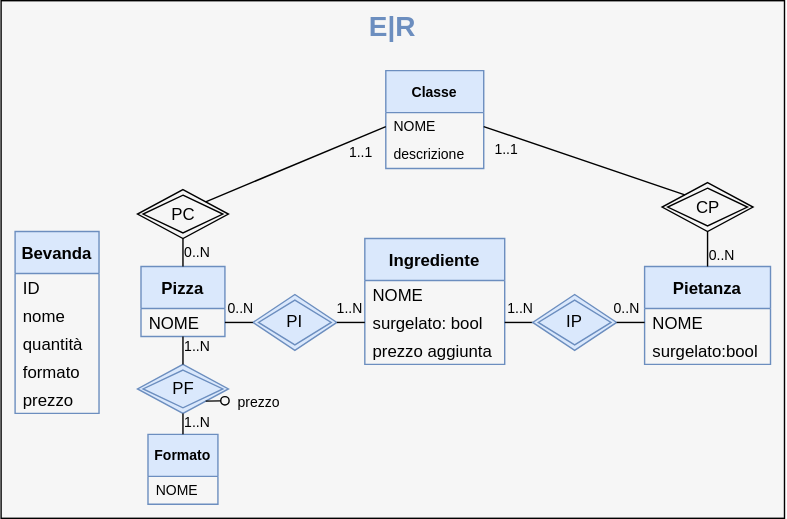
omismone/strapizzami keeps this draw.io diagram as doc/assets/erCiclo1.svg. Above is the earlier version. Source tidied: cells renumbered, new cells last; positions are measured from the earlier drawing's top-left corner, leaving out a move shared by most shapes.
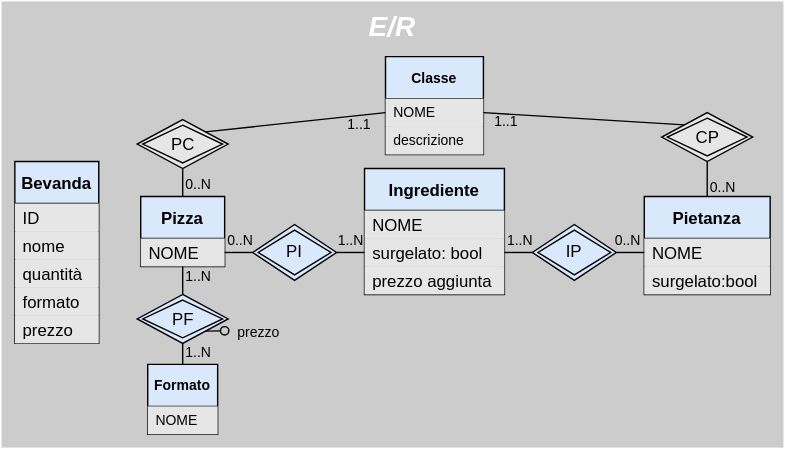
After the commit.

Diff of the diagram source:
```diff
@@ -2,55 +2,55 @@
   <root>
     <mxCell id="0" />
     <mxCell id="1" parent="0" />
-    <mxCell id="2" value="E|R" style="rounded=0;labelBackgroundColor=none;fontSize=20;verticalAlign=top;fontStyle=1;strokeWidth=1;fillColor=#F6F6F6;labelBorderColor=none;html=1;whiteSpace=wrap;fontColor=#6C8EBF;" parent="1" vertex="1">
-      <mxGeometry width="560" height="370" as="geometry" />
+    <mxCell id="2" value="E/R" style="rounded=0;labelBackgroundColor=none;fontSize=20;verticalAlign=top;fontStyle=3;strokeWidth=1;fillColor=#CCCCCC;labelBorderColor=none;html=1;whiteSpace=wrap;fontColor=#FFFFFF;strokeColor=#FFFFFF;" parent="1" vertex="1">
+      <mxGeometry y="50" width="560" height="320" as="geometry" />
     </mxCell>
-    <mxCell id="3" value="Bevanda" style="swimlane;fontStyle=1;horizontal=1;startSize=30;fillColor=#dae8fc;strokeColor=#6c8ebf;" parent="1" vertex="1">
+    <mxCell id="3" value="Bevanda" style="swimlane;fontStyle=1;horizontal=1;startSize=30;fillColor=#dae8fc;strokeColor=#000000;" parent="1" vertex="1">
       <mxGeometry x="10" y="165" width="60" height="130" as="geometry" />
     </mxCell>
-    <mxCell id="4" value="ID" style="text;strokeColor=none;fillColor=none;align=left;verticalAlign=middle;spacingLeft=4;spacingRight=4;overflow=hidden;" parent="3" vertex="1">
+    <mxCell id="4" value="ID" style="text;strokeColor=none;fillColor=#E6E6E6;align=left;verticalAlign=middle;spacingLeft=4;spacingRight=4;overflow=hidden;" parent="3" vertex="1">
       <mxGeometry y="30" width="60" height="20" as="geometry" />
     </mxCell>
-    <mxCell id="5" value="nome" style="text;strokeColor=none;fillColor=none;align=left;verticalAlign=middle;spacingLeft=4;spacingRight=4;overflow=hidden;" parent="3" vertex="1">
+    <mxCell id="5" value="nome" style="text;strokeColor=none;fillColor=#E6E6E6;align=left;verticalAlign=middle;spacingLeft=4;spacingRight=4;overflow=hidden;" parent="3" vertex="1">
       <mxGeometry y="50" width="60" height="20" as="geometry" />
     </mxCell>
-    <mxCell id="6" value="quantità" style="text;strokeColor=none;fillColor=none;align=left;verticalAlign=middle;spacingLeft=4;spacingRight=4;overflow=hidden;" parent="3" vertex="1">
+    <mxCell id="6" value="quantità" style="text;strokeColor=none;fillColor=#E6E6E6;align=left;verticalAlign=middle;spacingLeft=4;spacingRight=4;overflow=hidden;" parent="3" vertex="1">
       <mxGeometry y="70" width="60" height="20" as="geometry" />
     </mxCell>
-    <mxCell id="7" value="formato" style="text;strokeColor=none;fillColor=none;align=left;verticalAlign=middle;spacingLeft=4;spacingRight=4;overflow=hidden;" parent="3" vertex="1">
+    <mxCell id="7" value="formato" style="text;strokeColor=none;fillColor=#E6E6E6;align=left;verticalAlign=middle;spacingLeft=4;spacingRight=4;overflow=hidden;" parent="3" vertex="1">
       <mxGeometry y="90" width="60" height="20" as="geometry" />
     </mxCell>
-    <mxCell id="8" value="prezzo" style="text;strokeColor=none;fillColor=none;align=left;verticalAlign=middle;spacingLeft=4;spacingRight=4;overflow=hidden;" parent="3" vertex="1">
+    <mxCell id="8" value="prezzo" style="text;strokeColor=none;fillColor=#E6E6E6;align=left;verticalAlign=middle;spacingLeft=4;spacingRight=4;overflow=hidden;" parent="3" vertex="1">
       <mxGeometry y="110" width="60" height="20" as="geometry" />
     </mxCell>
-    <mxCell id="9" value="Pizza" style="swimlane;fontStyle=1;horizontal=1;startSize=30;fillColor=#dae8fc;strokeColor=#6c8ebf;" parent="1" vertex="1">
+    <mxCell id="9" value="Pizza" style="swimlane;fontStyle=1;horizontal=1;startSize=30;fillColor=#dae8fc;strokeColor=#000000;" parent="1" vertex="1">
       <mxGeometry x="100" y="190" width="60" height="50" as="geometry" />
     </mxCell>
-    <mxCell id="10" value="NOME" style="text;strokeColor=none;fillColor=none;align=left;verticalAlign=middle;spacingLeft=4;spacingRight=4;overflow=hidden;points=[[0,0.5],[1,0.5]];portConstraint=eastwest;" parent="9" vertex="1">
+    <mxCell id="10" value="NOME" style="text;strokeColor=none;fillColor=#E6E6E6;align=left;verticalAlign=middle;spacingLeft=4;spacingRight=4;overflow=hidden;points=[[0,0.5],[1,0.5]];portConstraint=eastwest;" parent="9" vertex="1">
       <mxGeometry y="30" width="60" height="20" as="geometry" />
     </mxCell>
-    <mxCell id="11" value="Pietanza" style="swimlane;fontStyle=1;horizontal=1;startSize=30;fillColor=#dae8fc;strokeColor=#6c8ebf;" parent="1" vertex="1">
+    <mxCell id="11" value="Pietanza" style="swimlane;fontStyle=1;horizontal=1;startSize=30;fillColor=#dae8fc;strokeColor=#000000;" parent="1" vertex="1">
       <mxGeometry x="460" y="190" width="90" height="70" as="geometry" />
     </mxCell>
-    <mxCell id="12" value="NOME" style="text;strokeColor=none;fillColor=none;align=left;verticalAlign=middle;spacingLeft=4;spacingRight=4;overflow=hidden;points=[[0,0.5],[1,0.5]];portConstraint=eastwest;" parent="11" vertex="1">
+    <mxCell id="12" value="NOME" style="text;strokeColor=none;fillColor=#E6E6E6;align=left;verticalAlign=middle;spacingLeft=4;spacingRight=4;overflow=hidden;points=[[0,0.5],[1,0.5]];portConstraint=eastwest;" parent="11" vertex="1">
       <mxGeometry y="30" width="90" height="20" as="geometry" />
     </mxCell>
-    <mxCell id="13" value="surgelato:bool" style="text;strokeColor=none;fillColor=none;align=left;verticalAlign=middle;spacingLeft=4;spacingRight=4;overflow=hidden;" parent="11" vertex="1">
+    <mxCell id="13" value="surgelato:bool" style="text;strokeColor=none;fillColor=#E6E6E6;align=left;verticalAlign=middle;spacingLeft=4;spacingRight=4;overflow=hidden;" parent="11" vertex="1">
       <mxGeometry y="50" width="90" height="20" as="geometry" />
     </mxCell>
-    <mxCell id="14" value="Ingrediente" style="swimlane;fontStyle=1;horizontal=1;startSize=30;fillColor=#dae8fc;strokeColor=#6c8ebf;" parent="1" vertex="1">
+    <mxCell id="14" value="Ingrediente" style="swimlane;fontStyle=1;horizontal=1;startSize=30;fillColor=#dae8fc;strokeColor=#000000;" parent="1" vertex="1">
       <mxGeometry x="260" y="170" width="100" height="90" as="geometry" />
     </mxCell>
-    <mxCell id="15" value="NOME" style="text;strokeColor=none;fillColor=none;align=left;verticalAlign=middle;spacingLeft=4;spacingRight=4;overflow=hidden;" parent="14" vertex="1">
+    <mxCell id="15" value="NOME" style="text;strokeColor=none;fillColor=#E6E6E6;align=left;verticalAlign=middle;spacingLeft=4;spacingRight=4;overflow=hidden;" parent="14" vertex="1">
       <mxGeometry y="30" width="100" height="20" as="geometry" />
     </mxCell>
-    <mxCell id="16" value="surgelato: bool" style="text;strokeColor=none;fillColor=none;align=left;verticalAlign=middle;spacingLeft=4;spacingRight=4;overflow=hidden;points=[[0,0.5],[1,0.5]];portConstraint=eastwest;" parent="14" vertex="1">
+    <mxCell id="16" value="surgelato: bool" style="text;strokeColor=none;fillColor=#E6E6E6;align=left;verticalAlign=middle;spacingLeft=4;spacingRight=4;overflow=hidden;points=[[0,0.5],[1,0.5]];portConstraint=eastwest;" parent="14" vertex="1">
       <mxGeometry y="50" width="100" height="20" as="geometry" />
     </mxCell>
-    <mxCell id="17" value="prezzo aggiunta" style="text;strokeColor=none;fillColor=none;align=left;verticalAlign=middle;spacingLeft=4;spacingRight=4;overflow=hidden;" parent="14" vertex="1">
+    <mxCell id="17" value="prezzo aggiunta" style="text;strokeColor=none;fillColor=#E6E6E6;align=left;verticalAlign=middle;spacingLeft=4;spacingRight=4;overflow=hidden;" parent="14" vertex="1">
       <mxGeometry y="70" width="100" height="20" as="geometry" />
     </mxCell>
-    <mxCell id="18" value="PI" style="shape=rhombus;double=1;perimeter=rhombusPerimeter;whiteSpace=wrap;html=1;align=center;fillColor=#dae8fc;strokeColor=#6c8ebf;" parent="1" vertex="1">
+    <mxCell id="18" value="PI" style="shape=rhombus;double=1;perimeter=rhombusPerimeter;whiteSpace=wrap;html=1;align=center;fillColor=#dae8fc;strokeColor=#000000;" parent="1" vertex="1">
       <mxGeometry x="180" y="210" width="60" height="40" as="geometry" />
     </mxCell>
     <mxCell id="19" style="endArrow=none;html=1;rounded=0;fontSize=10;exitX=1;exitY=0.5;exitDx=0;exitDy=0;entryX=0;entryY=0.5;entryDx=0;entryDy=0;" parent="1" edge="1" source="10" target="18">
@@ -77,13 +77,13 @@
         <mxPoint x="2" y="-10" as="offset" />
       </mxGeometry>
     </mxCell>
-    <mxCell id="25" value="Formato" style="swimlane;fontStyle=1;horizontal=1;startSize=30;labelBackgroundColor=none;fontSize=10;fillColor=#dae8fc;strokeColor=#6c8ebf;" parent="1" vertex="1">
+    <mxCell id="25" value="Formato" style="swimlane;fontStyle=1;horizontal=1;startSize=30;labelBackgroundColor=none;fontSize=10;fillColor=#dae8fc;strokeColor=#000000;" parent="1" vertex="1">
       <mxGeometry x="105" y="310" width="50" height="50" as="geometry" />
     </mxCell>
-    <mxCell id="26" value="NOME" style="text;strokeColor=none;fillColor=none;align=left;verticalAlign=middle;spacingLeft=4;spacingRight=4;overflow=hidden;labelBackgroundColor=none;fontSize=10;" parent="25" vertex="1">
+    <mxCell id="26" value="NOME" style="text;strokeColor=none;fillColor=#E6E6E6;align=left;verticalAlign=middle;spacingLeft=4;spacingRight=4;overflow=hidden;labelBackgroundColor=none;fontSize=10;" parent="25" vertex="1">
       <mxGeometry y="30" width="50" height="20" as="geometry" />
     </mxCell>
-    <mxCell id="27" value="PF" style="shape=rhombus;double=1;perimeter=rhombusPerimeter;whiteSpace=wrap;html=1;align=center;fillColor=#dae8fc;strokeColor=#6c8ebf;" parent="1" vertex="1">
+    <mxCell id="27" value="PF" style="shape=rhombus;double=1;perimeter=rhombusPerimeter;whiteSpace=wrap;html=1;align=center;fillColor=#dae8fc;strokeColor=#000000;" parent="1" vertex="1">
       <mxGeometry x="97.5" y="260" width="65" height="35" as="geometry" />
     </mxCell>
     <mxCell id="28" style="endArrow=oval;html=1;rounded=0;fontSize=10;exitX=1;exitY=1;exitDx=0;exitDy=0;endFill=0;" parent="1" edge="1" source="27">
@@ -112,7 +112,7 @@
         <mxPoint x="10" y="-5" as="offset" />
       </mxGeometry>
     </mxCell>
-    <mxCell id="34" value="IP" style="shape=rhombus;double=1;perimeter=rhombusPerimeter;whiteSpace=wrap;html=1;align=center;fillColor=#dae8fc;strokeColor=#6c8ebf;" parent="1" vertex="1">
+    <mxCell id="34" value="IP" style="shape=rhombus;double=1;perimeter=rhombusPerimeter;whiteSpace=wrap;html=1;align=center;fillColor=#dae8fc;strokeColor=#000000;" parent="1" vertex="1">
       <mxGeometry x="380" y="210" width="60" height="40" as="geometry" />
     </mxCell>
     <mxCell id="35" style="endArrow=none;html=1;rounded=0;fontSize=10;exitX=1;exitY=0.5;exitDx=0;exitDy=0;entryX=0;entryY=0.5;entryDx=0;entryDy=0;" parent="1" edge="1" source="34" target="12">
@@ -123,16 +123,16 @@
         <mxPoint x="2" y="-10" as="offset" />
       </mxGeometry>
     </mxCell>
-    <mxCell id="37" value="Classe" style="swimlane;fontStyle=1;horizontal=1;startSize=30;labelBackgroundColor=none;fontSize=10;fillColor=#dae8fc;strokeColor=#6c8ebf;" parent="1" vertex="1">
-      <mxGeometry x="275" y="50" width="70" height="70" as="geometry" />
+    <mxCell id="37" value="Classe" style="swimlane;fontStyle=1;horizontal=1;startSize=30;labelBackgroundColor=none;fontSize=10;fillColor=#dae8fc;strokeColor=#000000;" parent="1" vertex="1">
+      <mxGeometry x="275" y="90" width="70" height="70" as="geometry" />
     </mxCell>
-    <mxCell id="38" value="NOME" style="text;strokeColor=none;fillColor=none;align=left;verticalAlign=middle;spacingLeft=4;spacingRight=4;overflow=hidden;points=[[0,0.5],[1,0.5]];portConstraint=eastwest;labelBackgroundColor=none;fontSize=10;" parent="37" vertex="1">
+    <mxCell id="38" value="NOME" style="text;strokeColor=none;fillColor=#E6E6E6;align=left;verticalAlign=middle;spacingLeft=4;spacingRight=4;overflow=hidden;points=[[0,0.5],[1,0.5]];portConstraint=eastwest;labelBackgroundColor=none;fontSize=10;" parent="37" vertex="1">
       <mxGeometry y="30" width="70" height="20" as="geometry" />
     </mxCell>
-    <mxCell id="39" value="descrizione" style="text;strokeColor=none;fillColor=none;align=left;verticalAlign=middle;spacingLeft=4;spacingRight=4;overflow=hidden;labelBackgroundColor=none;fontSize=10;" parent="37" vertex="1">
+    <mxCell id="39" value="descrizione" style="text;strokeColor=none;fillColor=#E6E6E6;align=left;verticalAlign=middle;spacingLeft=4;spacingRight=4;overflow=hidden;labelBackgroundColor=none;fontSize=10;" parent="37" vertex="1">
       <mxGeometry y="50" width="70" height="20" as="geometry" />
     </mxCell>
-    <mxCell id="40" value="PC" style="shape=rhombus;double=1;perimeter=rhombusPerimeter;whiteSpace=wrap;html=1;align=center;fillColor=none;" parent="1" vertex="1">
+    <mxCell id="40" value="PC" style="shape=rhombus;double=1;perimeter=rhombusPerimeter;whiteSpace=wrap;html=1;align=center;fillColor=#E6E6E6;" parent="1" vertex="1">
       <mxGeometry x="97.5" y="135" width="65" height="35" as="geometry" />
     </mxCell>
     <mxCell id="41" style="endArrow=none;html=1;rounded=0;fontSize=10;exitX=0.5;exitY=0;exitDx=0;exitDy=0;entryX=0.5;entryY=1;entryDx=0;entryDy=0;" parent="1" edge="1" source="9" target="40">
@@ -151,7 +151,7 @@
         <mxPoint x="14" y="4" as="offset" />
       </mxGeometry>
     </mxCell>
-    <mxCell id="45" value="CP" style="shape=rhombus;double=1;perimeter=rhombusPerimeter;whiteSpace=wrap;html=1;align=center;fillColor=none;" parent="1" vertex="1">
+    <mxCell id="45" value="CP" style="shape=rhombus;double=1;perimeter=rhombusPerimeter;whiteSpace=wrap;html=1;align=center;fillColor=#E6E6E6;" parent="1" vertex="1">
       <mxGeometry x="472.5" y="130" width="65" height="35" as="geometry" />
     </mxCell>
     <mxCell id="46" style="endArrow=none;html=1;rounded=0;fontSize=10;exitX=0;exitY=0;exitDx=0;exitDy=0;entryX=1;entryY=0.5;entryDx=0;entryDy=0;" parent="1" edge="1" source="45" target="38">
```
